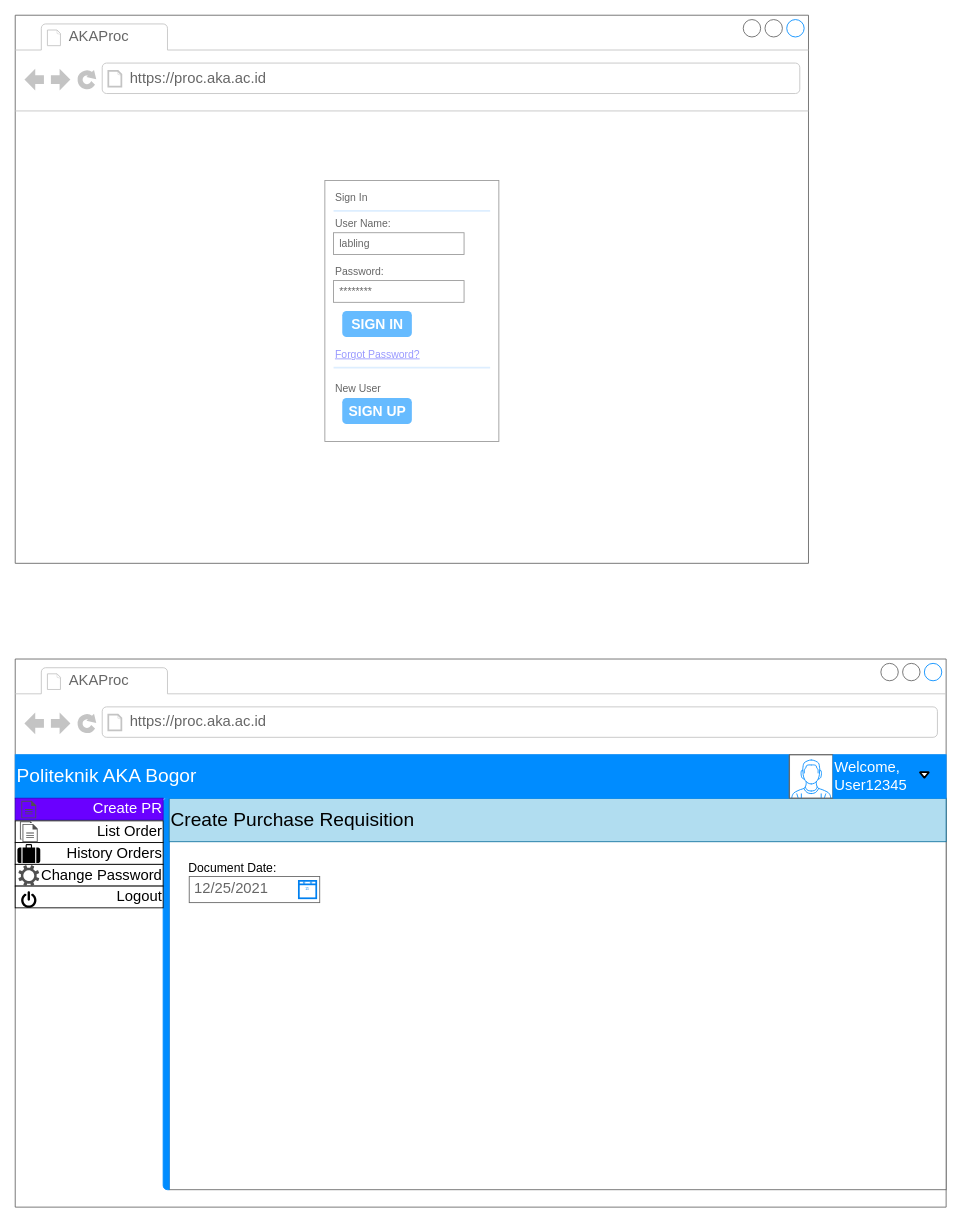
ardianozi18/berkibar keeps this draw.io diagram as 20210805 AKAProc MockUp.drawio. Above is the earlier version. Source tidied: cells renumbered, new cells numbered last; positions are measured from the earlier drawing's top-left corner, leaving out a move shared by most shapes. Both pictures are drawn from the tidied source at 87%, with x=0, y=0 at pixel (15, 15).
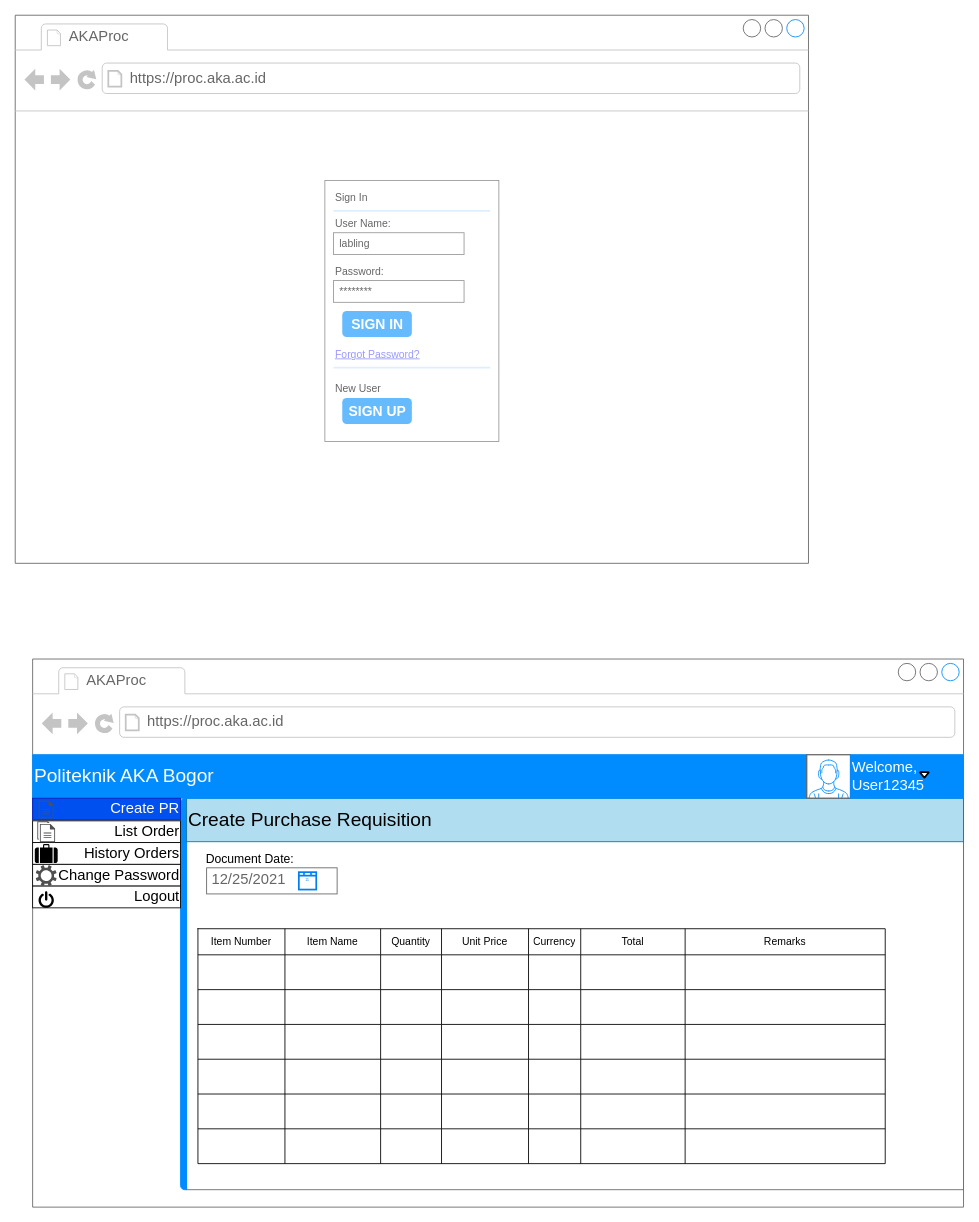
Above is the later version.

Unchanged cells that the change refers to:
```xml
<mxCell id="20" style="strokeWidth=1;shadow=0;dashed=0;align=center;html=1;shape=mxgraph.mockup.containers.marginRect2;rectMarginLeft=67;strokeColor=#666666;gradientColor=none;" parent="17" vertex="1">
  <mxGeometry x="110" y="160" width="960" height="450" as="geometry" />
</mxCell>
```

What changed in the source:
```diff
@@
     <mxCell id="17" style="strokeWidth=1;shadow=0;dashed=0;align=center;html=1;shape=mxgraph.mockup.containers.browserWindow;rSize=0;strokeColor=#666666;strokeColor2=#008cff;strokeColor3=#c4c4c4;mainText=,;" parent="1" vertex="1">
-      <mxGeometry y="740" width="1070" height="630" as="geometry" />
+      <mxGeometry x="20" y="740" width="1070" height="630" as="geometry" />
     </mxCell>
@@
     <mxCell id="23" value="12/25/2021" style="strokeWidth=1;shadow=0;dashed=0;align=center;html=1;shape=mxgraph.mockup.text.textBox;fontColor=#666666;align=left;fontSize=17;spacingLeft=4;spacingTop=-3;strokeColor=#666666;mainText=;" parent="20" vertex="1">
-      <mxGeometry x="90" y="90" width="150" height="30" as="geometry" />
+      <mxGeometry x="90" y="80" width="150" height="30" as="geometry" />
     </mxCell>
     <mxCell id="24" value="Document Date:" style="text;html=1;strokeColor=none;fillColor=none;align=center;verticalAlign=middle;whiteSpace=wrap;rounded=0;fontSize=14;" parent="20" vertex="1">
-      <mxGeometry x="80" y="70" width="120" height="20" as="geometry" />
+      <mxGeometry x="80" y="60" width="120" height="20" as="geometry" />
     </mxCell>
+    <mxCell id="40" style="shape=table;startSize=0;childLayout=tableLayout;" parent="20" vertex="1">
+      <mxGeometry x="80" y="150" width="790" height="270" as="geometry" />
+    </mxCell>
+    <mxCell id="41" style="shape=partialRectangle;fillColor=none;top=0;left=0;bottom=0;right=0;" parent="40" vertex="1">
+      <mxGeometry width="790" height="30" as="geometry" />
+    </mxCell>
+    <mxCell id="42" value="Item Number" style="shape=partialRectangle;html=1;whiteSpace=wrap;overflow=hidden;fillColor=none;top=0;left=0;bottom=0;right=0;" parent="41" vertex="1">
+      <mxGeometry width="100" height="30" as="geometry" />
+    </mxCell>
+    <mxCell id="43" style="shape=partialRectangle;html=1;whiteSpace=wrap;overflow=hidden;fillColor=none;top=0;left=0;bottom=0;right=0;" parent="41" vertex="1">
+      <mxGeometry x="100" width="110" height="30" as="geometry" />
+    </mxCell>
+    <mxCell id="44" value="Quantity" style="shape=partialRectangle;html=1;whiteSpace=wrap;overflow=hidden;fillColor=none;top=0;left=0;bottom=0;right=0;" parent="41" vertex="1">
+      <mxGeometry x="210" width="70" height="30" as="geometry" />
+    </mxCell>
+    <mxCell id="45" value="Unit Price" style="shape=partialRectangle;html=1;whiteSpace=wrap;overflow=hidden;fillColor=none;top=0;left=0;bottom=0;right=0;" parent="41" vertex="1">
+      <mxGeometry x="280" width="100" height="30" as="geometry" />
+    </mxCell>
+    <mxCell id="46" value="Currency" style="shape=partialRectangle;html=1;whiteSpace=wrap;overflow=hidden;fillColor=none;top=0;left=0;bottom=0;right=0;" parent="41" vertex="1">
+      <mxGeometry x="380" width="60" height="30" as="geometry" />
+    </mxCell>
+    <mxCell id="47" value="Total" style="shape=partialRectangle;html=1;whiteSpace=wrap;overflow=hidden;fillColor=none;top=0;left=0;bottom=0;right=0;" parent="41" vertex="1">
+      <mxGeometry x="440" width="120" height="30" as="geometry" />
+    </mxCell>
+    <mxCell id="48" value="Remarks" style="shape=partialRectangle;html=1;whiteSpace=wrap;overflow=hidden;fillColor=none;top=0;left=0;bottom=0;right=0;" parent="41" vertex="1">
+      <mxGeometry x="560" width="230" height="30" as="geometry" />
+    </mxCell>
+    <mxCell id="49" style="shape=partialRectangle;fillColor=none;top=0;left=0;bottom=0;right=0;" parent="40" vertex="1">
+      <mxGeometry y="30" width="790" height="40" as="geometry" />
+    </mxCell>
+    <mxCell id="50" style="shape=partialRectangle;html=1;whiteSpace=wrap;overflow=hidden;fillColor=none;top=0;left=0;bottom=0;right=0;" parent="49" vertex="1">
+      <mxGeometry width="100" height="40" as="geometry" />
+    </mxCell>
+    <mxCell id="51" style="shape=partialRectangle;html=1;whiteSpace=wrap;overflow=hidden;fillColor=none;top=0;left=0;bottom=0;right=0;" parent="49" vertex="1">
+      <mxGeometry x="100" width="110" height="40" as="geometry" />
+    </mxCell>
+    <mxCell id="52" style="shape=partialRectangle;html=1;whiteSpace=wrap;overflow=hidden;fillColor=none;top=0;left=0;bottom=0;right=0;" parent="49" vertex="1">
+      <mxGeometry x="210" width="70" height="40" as="geometry" />
+    </mxCell>
+    <mxCell id="53" style="shape=partialRectangle;html=1;whiteSpace=wrap;overflow=hidden;fillColor=none;top=0;left=0;bottom=0;right=0;" parent="49" vertex="1">
+      <mxGeometry x="280" width="100" height="40" as="geometry" />
+    </mxCell>
+    <mxCell id="54" style="shape=partialRectangle;html=1;whiteSpace=wrap;overflow=hidden;fillColor=none;top=0;left=0;bottom=0;right=0;" parent="49" vertex="1">
+      <mxGeometry x="380" width="60" height="40" as="geometry" />
+    </mxCell>
+    <mxCell id="55" style="shape=partialRectangle;html=1;whiteSpace=wrap;overflow=hidden;fillColor=none;top=0;left=0;bottom=0;right=0;" parent="49" vertex="1">
+      <mxGeometry x="440" width="120" height="40" as="geometry" />
+    </mxCell>
+    <mxCell id="56" style="shape=partialRectangle;html=1;whiteSpace=wrap;overflow=hidden;fillColor=none;top=0;left=0;bottom=0;right=0;" parent="49" vertex="1">
+      <mxGeometry x="560" width="230" height="40" as="geometry" />
+    </mxCell>
+    <mxCell id="57" style="shape=partialRectangle;fillColor=none;top=0;left=0;bottom=0;right=0;" parent="40" vertex="1">
+      <mxGeometry y="70" width="790" height="40" as="geometry" />
+    </mxCell>
+    <mxCell id="58" style="shape=partialRectangle;html=1;whiteSpace=wrap;overflow=hidden;fillColor=none;top=0;left=0;bottom=0;right=0;" parent="57" vertex="1">
+      <mxGeometry width="100" height="40" as="geometry" />
+    </mxCell>
+    <mxCell id="59" style="shape=partialRectangle;html=1;whiteSpace=wrap;overflow=hidden;fillColor=none;top=0;left=0;bottom=0;right=0;" parent="57" vertex="1">
+      <mxGeometry x="100" width="110" height="40" as="geometry" />
+    </mxCell>
+    <mxCell id="60" style="shape=partialRectangle;html=1;whiteSpace=wrap;overflow=hidden;fillColor=none;top=0;left=0;bottom=0;right=0;" parent="57" vertex="1">
+      <mxGeometry x="210" width="70" height="40" as="geometry" />
+    </mxCell>
+    <mxCell id="61" style="shape=partialRectangle;html=1;whiteSpace=wrap;overflow=hidden;fillColor=none;top=0;left=0;bottom=0;right=0;" parent="57" vertex="1">
+      <mxGeometry x="280" width="100" height="40" as="geometry" />
+    </mxCell>
+    <mxCell id="62" style="shape=partialRectangle;html=1;whiteSpace=wrap;overflow=hidden;fillColor=none;top=0;left=0;bottom=0;right=0;" parent="57" vertex="1">
+      <mxGeometry x="380" width="60" height="40" as="geometry" />
+    </mxCell>
+    <mxCell id="63" style="shape=partialRectangle;html=1;whiteSpace=wrap;overflow=hidden;fillColor=none;top=0;left=0;bottom=0;right=0;" parent="57" vertex="1">
+      <mxGeometry x="440" width="120" height="40" as="geometry" />
+    </mxCell>
+    <mxCell id="64" style="shape=partialRectangle;html=1;whiteSpace=wrap;overflow=hidden;fillColor=none;top=0;left=0;bottom=0;right=0;" parent="57" vertex="1">
+      <mxGeometry x="560" width="230" height="40" as="geometry" />
+    </mxCell>
+    <mxCell id="65" style="shape=partialRectangle;fillColor=none;top=0;left=0;bottom=0;right=0;" parent="40" vertex="1">
+      <mxGeometry y="110" width="790" height="40" as="geometry" />
+    </mxCell>
+    <mxCell id="66" style="shape=partialRectangle;html=1;whiteSpace=wrap;overflow=hidden;fillColor=none;top=0;left=0;bottom=0;right=0;" parent="65" vertex="1">
+      <mxGeometry width="100" height="40" as="geometry" />
+    </mxCell>
+    <mxCell id="67" style="shape=partialRectangle;html=1;whiteSpace=wrap;overflow=hidden;fillColor=none;top=0;left=0;bottom=0;right=0;" parent="65" vertex="1">
+      <mxGeometry x="100" width="110" height="40" as="geometry" />
+    </mxCell>
+    <mxCell id="68" style="shape=partialRectangle;html=1;whiteSpace=wrap;overflow=hidden;fillColor=none;top=0;left=0;bottom=0;right=0;" parent="65" vertex="1">
+      <mxGeometry x="210" width="70" height="40" as="geometry" />
+    </mxCell>
+    <mxCell id="69" style="shape=partialRectangle;html=1;whiteSpace=wrap;overflow=hidden;fillColor=none;top=0;left=0;bottom=0;right=0;" parent="65" vertex="1">
+      <mxGeometry x="280" width="100" height="40" as="geometry" />
+    </mxCell>
+    <mxCell id="70" style="shape=partialRectangle;html=1;whiteSpace=wrap;overflow=hidden;fillColor=none;top=0;left=0;bottom=0;right=0;" parent="65" vertex="1">
+      <mxGeometry x="380" width="60" height="40" as="geometry" />
+    </mxCell>
+    <mxCell id="71" style="shape=partialRectangle;html=1;whiteSpace=wrap;overflow=hidden;fillColor=none;top=0;left=0;bottom=0;right=0;" parent="65" vertex="1">
+      <mxGeometry x="440" width="120" height="40" as="geometry" />
+    </mxCell>
+    <mxCell id="72" style="shape=partialRectangle;html=1;whiteSpace=wrap;overflow=hidden;fillColor=none;top=0;left=0;bottom=0;right=0;" parent="65" vertex="1">
+      <mxGeometry x="560" width="230" height="40" as="geometry" />
+    </mxCell>
+    <mxCell id="73" style="shape=partialRectangle;fillColor=none;top=0;left=0;bottom=0;right=0;" parent="40" vertex="1">
+      <mxGeometry y="150" width="790" height="40" as="geometry" />
+    </mxCell>
+    <mxCell id="74" style="shape=partialRectangle;html=1;whiteSpace=wrap;overflow=hidden;fillColor=none;top=0;left=0;bottom=0;right=0;" parent="73" vertex="1">
+      <mxGeometry width="100" height="40" as="geometry" />
+    </mxCell>
+    <mxCell id="75" style="shape=partialRectangle;html=1;whiteSpace=wrap;overflow=hidden;fillColor=none;top=0;left=0;bottom=0;right=0;" parent="73" vertex="1">
+      <mxGeometry x="100" width="110" height="40" as="geometry" />
+    </mxCell>
+    <mxCell id="76" style="shape=partialRectangle;html=1;whiteSpace=wrap;overflow=hidden;fillColor=none;top=0;left=0;bottom=0;right=0;" parent="73" vertex="1">
+      <mxGeometry x="210" width="70" height="40" as="geometry" />
+    </mxCell>
+    <mxCell id="77" style="shape=partialRectangle;html=1;whiteSpace=wrap;overflow=hidden;fillColor=none;top=0;left=0;bottom=0;right=0;" parent="73" vertex="1">
+      <mxGeometry x="280" width="100" height="40" as="geometry" />
+    </mxCell>
+    <mxCell id="78" style="shape=partialRectangle;html=1;whiteSpace=wrap;overflow=hidden;fillColor=none;top=0;left=0;bottom=0;right=0;" parent="73" vertex="1">
+      <mxGeometry x="380" width="60" height="40" as="geometry" />
+    </mxCell>
+    <mxCell id="79" style="shape=partialRectangle;html=1;whiteSpace=wrap;overflow=hidden;fillColor=none;top=0;left=0;bottom=0;right=0;" parent="73" vertex="1">
+      <mxGeometry x="440" width="120" height="40" as="geometry" />
+    </mxCell>
+    <mxCell id="80" style="shape=partialRectangle;html=1;whiteSpace=wrap;overflow=hidden;fillColor=none;top=0;left=0;bottom=0;right=0;" parent="73" vertex="1">
+      <mxGeometry x="560" width="230" height="40" as="geometry" />
+    </mxCell>
+    <mxCell id="81" style="shape=partialRectangle;fillColor=none;top=0;left=0;bottom=0;right=0;" parent="40" vertex="1">
+      <mxGeometry y="190" width="790" height="40" as="geometry" />
+    </mxCell>
+    <mxCell id="82" style="shape=partialRectangle;html=1;whiteSpace=wrap;overflow=hidden;fillColor=none;top=0;left=0;bottom=0;right=0;" parent="81" vertex="1">
+      <mxGeometry width="100" height="40" as="geometry" />
+    </mxCell>
+    <mxCell id="83" style="shape=partialRectangle;html=1;whiteSpace=wrap;overflow=hidden;fillColor=none;top=0;left=0;bottom=0;right=0;" parent="81" vertex="1">
+      <mxGeometry x="100" width="110" height="40" as="geometry" />
+    </mxCell>
+    <mxCell id="84" style="shape=partialRectangle;html=1;whiteSpace=wrap;overflow=hidden;fillColor=none;top=0;left=0;bottom=0;right=0;" parent="81" vertex="1">
+      <mxGeometry x="210" width="70" height="40" as="geometry" />
+    </mxCell>
+    <mxCell id="85" style="shape=partialRectangle;html=1;whiteSpace=wrap;overflow=hidden;fillColor=none;top=0;left=0;bottom=0;right=0;" parent="81" vertex="1">
+      <mxGeometry x="280" width="100" height="40" as="geometry" />
+    </mxCell>
+    <mxCell id="86" style="shape=partialRectangle;html=1;whiteSpace=wrap;overflow=hidden;fillColor=none;top=0;left=0;bottom=0;right=0;" parent="81" vertex="1">
+      <mxGeometry x="380" width="60" height="40" as="geometry" />
+    </mxCell>
+    <mxCell id="87" style="shape=partialRectangle;html=1;whiteSpace=wrap;overflow=hidden;fillColor=none;top=0;left=0;bottom=0;right=0;" parent="81" vertex="1">
+      <mxGeometry x="440" width="120" height="40" as="geometry" />
+    </mxCell>
+    <mxCell id="88" style="shape=partialRectangle;html=1;whiteSpace=wrap;overflow=hidden;fillColor=none;top=0;left=0;bottom=0;right=0;" parent="81" vertex="1">
+      <mxGeometry x="560" width="230" height="40" as="geometry" />
+    </mxCell>
+    <mxCell id="89" style="shape=partialRectangle;fillColor=none;top=0;left=0;bottom=0;right=0;" parent="40" vertex="1">
+      <mxGeometry y="230" width="790" height="40" as="geometry" />
+    </mxCell>
+    <mxCell id="90" style="shape=partialRectangle;html=1;whiteSpace=wrap;overflow=hidden;fillColor=none;top=0;left=0;bottom=0;right=0;" parent="89" vertex="1">
+      <mxGeometry width="100" height="40" as="geometry" />
+    </mxCell>
+    <mxCell id="91" style="shape=partialRectangle;html=1;whiteSpace=wrap;overflow=hidden;fillColor=none;top=0;left=0;bottom=0;right=0;" parent="89" vertex="1">
+      <mxGeometry x="100" width="110" height="40" as="geometry" />
+    </mxCell>
+    <mxCell id="92" style="shape=partialRectangle;html=1;whiteSpace=wrap;overflow=hidden;fillColor=none;top=0;left=0;bottom=0;right=0;" parent="89" vertex="1">
+      <mxGeometry x="210" width="70" height="40" as="geometry" />
+    </mxCell>
+    <mxCell id="93" style="shape=partialRectangle;html=1;whiteSpace=wrap;overflow=hidden;fillColor=none;top=0;left=0;bottom=0;right=0;" parent="89" vertex="1">
+      <mxGeometry x="280" width="100" height="40" as="geometry" />
+    </mxCell>
+    <mxCell id="94" style="shape=partialRectangle;html=1;whiteSpace=wrap;overflow=hidden;fillColor=none;top=0;left=0;bottom=0;right=0;" parent="89" vertex="1">
+      <mxGeometry x="380" width="60" height="40" as="geometry" />
+    </mxCell>
+    <mxCell id="95" style="shape=partialRectangle;html=1;whiteSpace=wrap;overflow=hidden;fillColor=none;top=0;left=0;bottom=0;right=0;" parent="89" vertex="1">
+      <mxGeometry x="440" width="120" height="40" as="geometry" />
+    </mxCell>
+    <mxCell id="96" style="shape=partialRectangle;html=1;whiteSpace=wrap;overflow=hidden;fillColor=none;top=0;left=0;bottom=0;right=0;" parent="89" vertex="1">
+      <mxGeometry x="560" width="230" height="40" as="geometry" />
+    </mxCell>
+    <mxCell id="97" value="Item Name" style="shape=partialRectangle;html=1;whiteSpace=wrap;overflow=hidden;fillColor=none;top=0;left=0;bottom=0;right=0;" parent="20" vertex="1">
+      <mxGeometry x="200" y="150" width="70" height="30" as="geometry" />
+    </mxCell>
@@
-    <mxCell id="28" value="Create PR" style="strokeWidth=1;shadow=0;dashed=0;align=right;html=1;shape=mxgraph.mockup.containers.rrect;rSize=0;fontSize=17;fillColor=#6a00ff;strokeColor=#3700CC;fontColor=#ffffff;" parent="17" vertex="1">
+    <mxCell id="28" value="Create PR" style="strokeWidth=1;shadow=0;dashed=0;align=right;html=1;shape=mxgraph.mockup.containers.rrect;rSize=0;fontSize=17;fillColor=#0050ef;strokeColor=#001DBC;fontColor=#ffffff;" parent="17" vertex="1">
       <mxGeometry width="170" height="25" relative="1" as="geometry">
         <mxPoint y="160" as="offset" />
       </mxGeometry>
     </mxCell>
@@
     <mxCell id="39" style="html=1;verticalLabelPosition=bottom;align=center;labelBackgroundColor=#ffffff;verticalAlign=top;strokeWidth=2;strokeColor=#0080F0;shadow=0;dashed=0;shape=mxgraph.ios7.icons.calendar;" parent="1" vertex="1">
-      <mxGeometry x="326" y="995" width="20" height="20" as="geometry" />
+      <mxGeometry x="326" y="985" width="20" height="20" as="geometry" />
     </mxCell>
```
